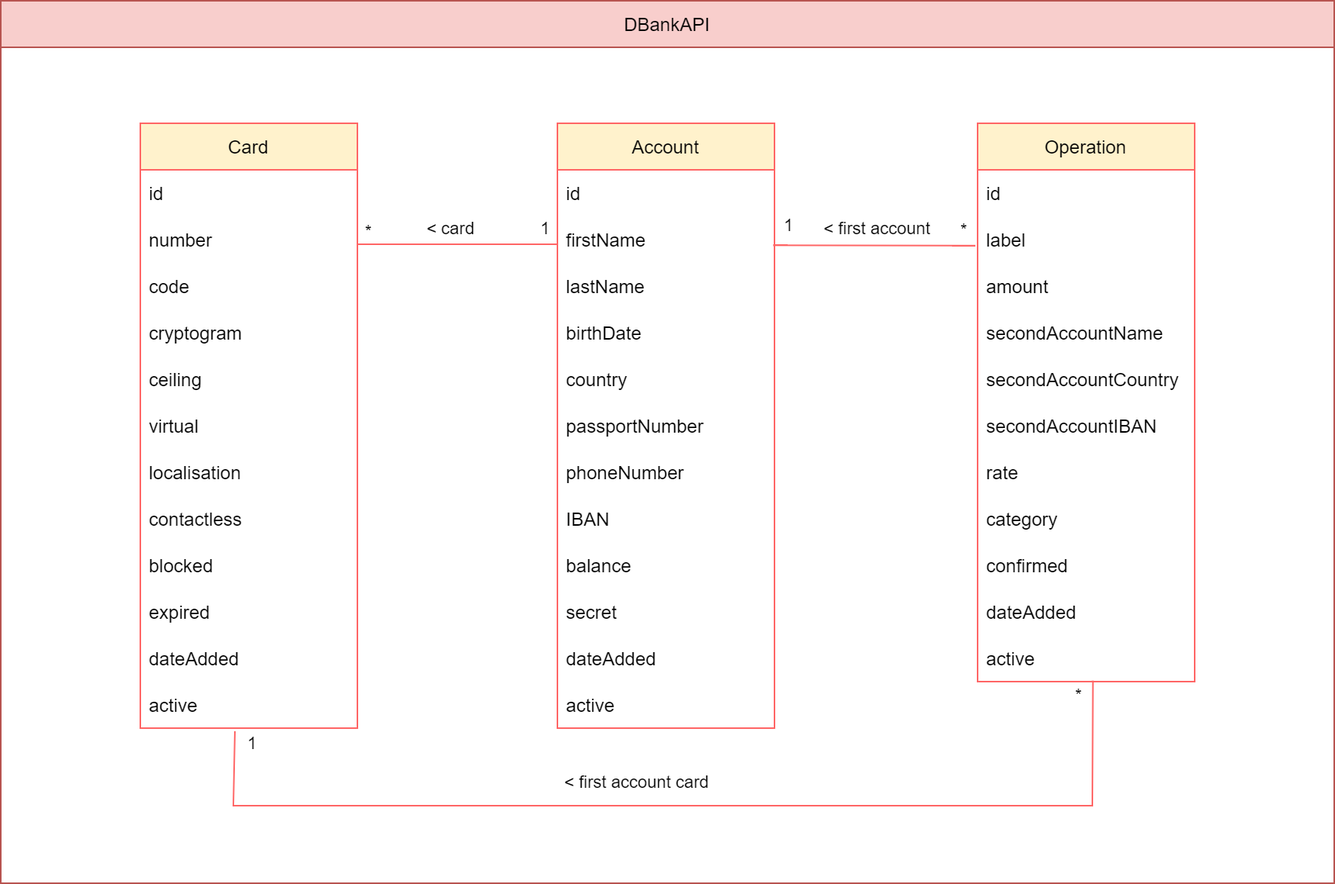
Earlier version of the draw.io export doc/class_diagram.png (jc-chevrier/DBankAPI). Source tidied: cells renumbered, new cells last; positions are measured from the earlier drawing's top-left corner, leaving out a move shared by most shapes.
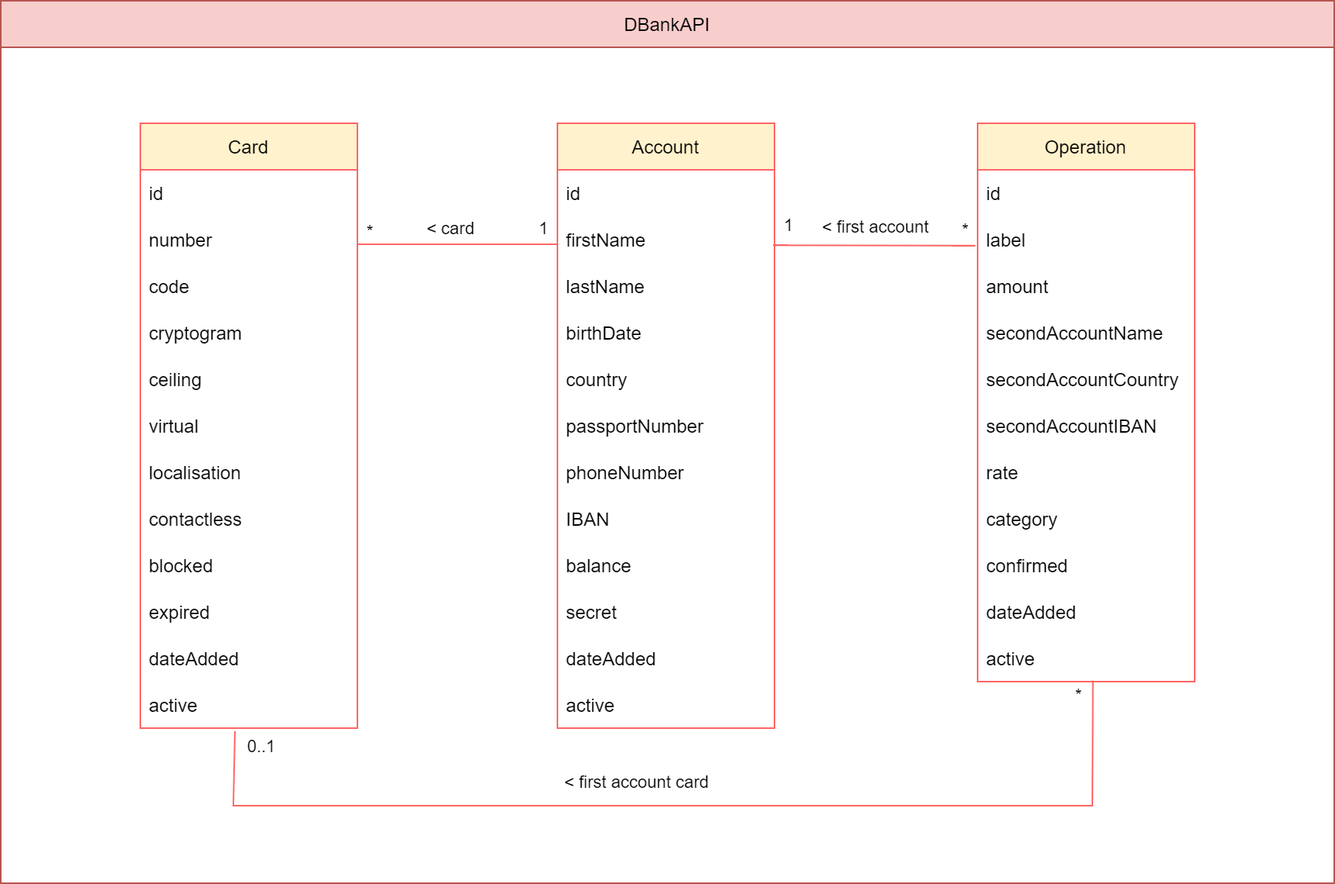
After the change.

The edit, as a diff of the source:
```diff
@@ -164,8 +164,8 @@
     <mxCell id="48" value="&amp;lt; first account" style="edgeLabel;html=1;align=center;verticalAlign=middle;fontColor=#000000;labelBackgroundColor=none;" parent="1" vertex="1">
       <mxGeometry x="733" y="146" as="geometry" />
     </mxCell>
-    <mxCell id="49" value="&lt;font&gt;1&lt;/font&gt;" style="edgeLabel;html=1;align=center;verticalAlign=middle;labelBackgroundColor=none;fontColor=#000000;" parent="1" vertex="1">
-      <mxGeometry y="179" as="geometry">
+    <mxCell id="49" value="&lt;font&gt;0..1&lt;/font&gt;" style="edgeLabel;html=1;align=center;verticalAlign=middle;labelBackgroundColor=none;fontColor=#000000;" parent="1" vertex="1">
+      <mxGeometry x="6" y="181" as="geometry">
         <mxPoint x="330" y="299" as="offset" />
       </mxGeometry>
     </mxCell>
```
